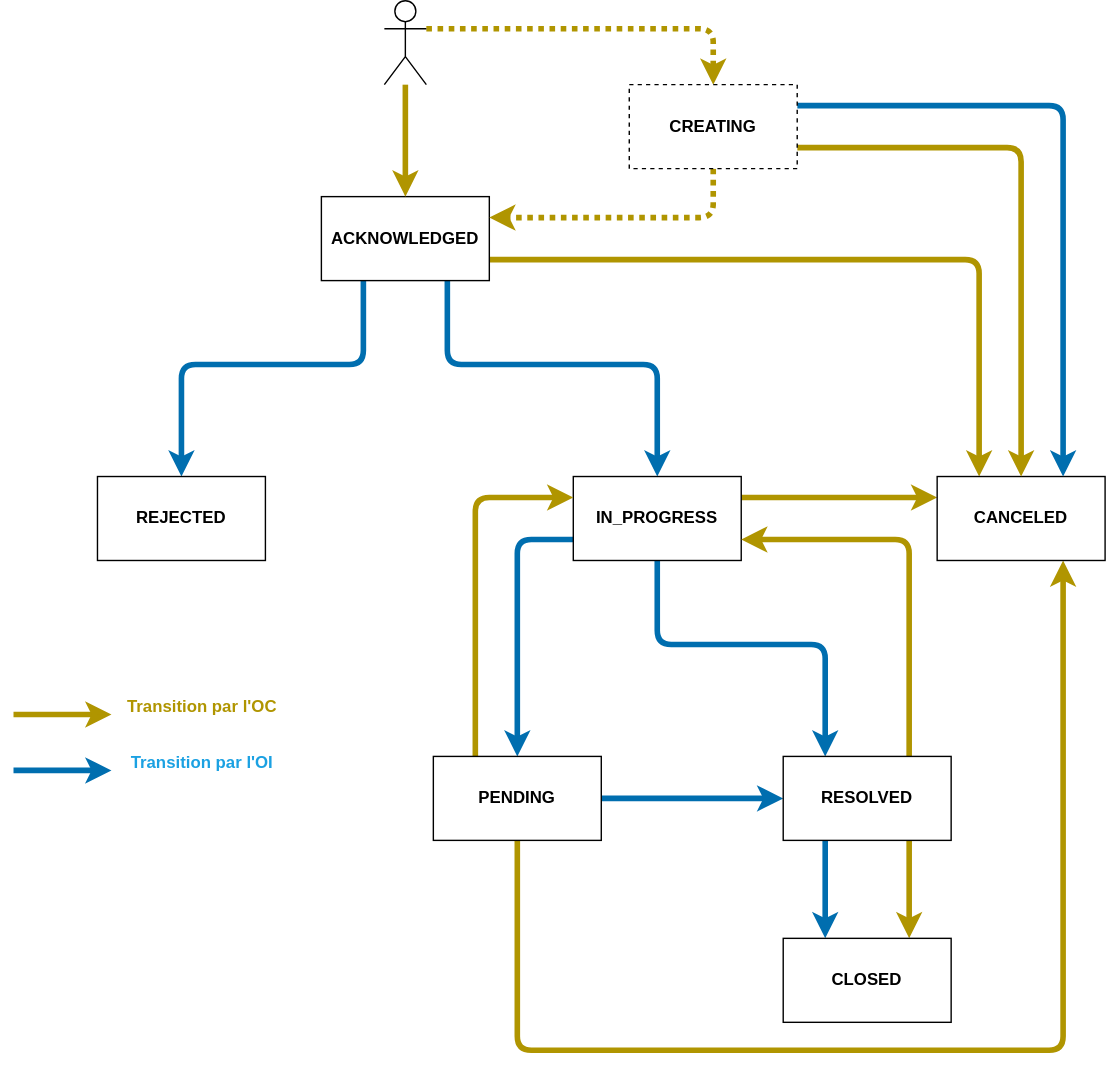
Earlier version of the draw.io export status.drawio.svg (before-interop/anomalieAdresse). Source tidied: cells renumbered, new cells last; positions are measured from the earlier drawing's top-left corner, leaving out a move shared by most shapes.
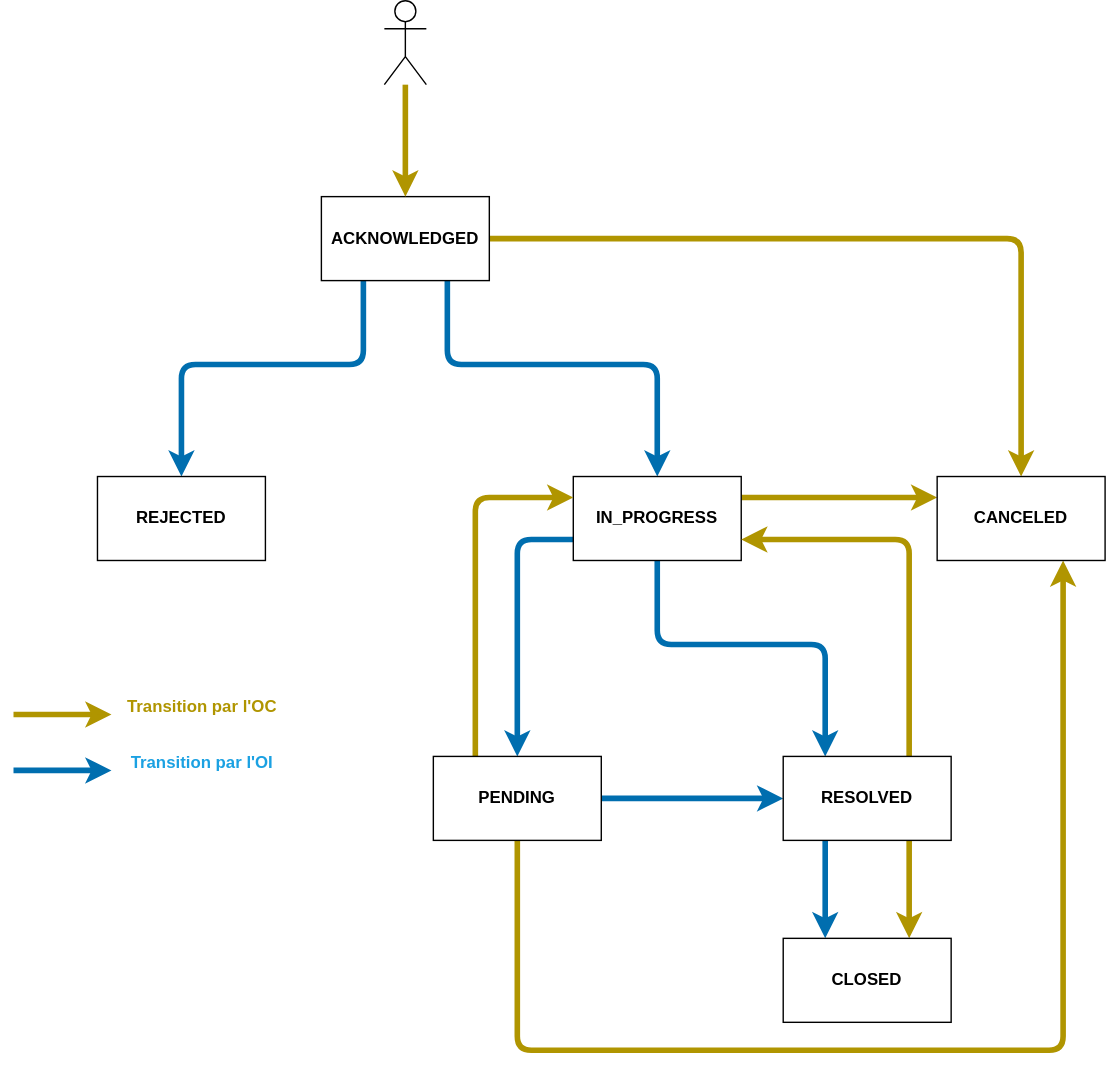
The same diagram one commit later.

Diff of the diagram source:
```diff
@@ -18,10 +18,10 @@
         </Array>
       </mxGeometry>
     </mxCell>
-    <mxCell id="4" style="edgeStyle=none;html=1;entryX=0.25;entryY=0;entryDx=0;entryDy=0;fillColor=#e3c800;strokeColor=#B09500;strokeWidth=4;exitX=1;exitY=0.75;exitDx=0;exitDy=0;" parent="1" edge="1" source="5" target="19">
+    <mxCell id="4" style="edgeStyle=none;html=1;entryX=0.5;entryY=0;entryDx=0;entryDy=0;fillColor=#e3c800;strokeColor=#B09500;strokeWidth=4;exitX=1;exitY=0.5;exitDx=0;exitDy=0;" parent="1" edge="1" source="5" target="19">
       <mxGeometry relative="1" as="geometry">
         <Array as="points">
-          <mxPoint x="690" y="185" />
+          <mxPoint x="720" y="170" />
         </Array>
       </mxGeometry>
     </mxCell>
@@ -117,39 +117,8 @@
     <mxCell id="25" style="edgeStyle=none;html=1;entryX=0.5;entryY=0;entryDx=0;entryDy=0;strokeWidth=4;fontColor=#1BA1E2;fillColor=#e3c800;strokeColor=#B09500;" parent="1" edge="1" source="27" target="5">
       <mxGeometry relative="1" as="geometry" />
     </mxCell>
-    <mxCell id="26" style="edgeStyle=none;html=1;exitX=1;exitY=0.3333333333333333;exitDx=0;exitDy=0;exitPerimeter=0;entryX=0.5;entryY=0;entryDx=0;entryDy=0;strokeWidth=4;fontColor=#1BA1E2;fillColor=#e3c800;strokeColor=#B09500;dashed=1;dashPattern=1 1;" parent="1" edge="1" source="27" target="31">
-      <mxGeometry relative="1" as="geometry">
-        <Array as="points">
-          <mxPoint x="500" y="20" />
-        </Array>
-      </mxGeometry>
-    </mxCell>
     <mxCell id="27" style="shape=umlActor;verticalLabelPosition=bottom;verticalAlign=top;html=1;outlineConnect=0;fontColor=#1BA1E2;" parent="1" vertex="1">
       <mxGeometry x="265" width="30" height="60" as="geometry" />
     </mxCell>
-    <mxCell id="28" style="edgeStyle=none;html=1;entryX=1;entryY=0.25;entryDx=0;entryDy=0;strokeWidth=4;fontColor=#1BA1E2;fillColor=#e3c800;strokeColor=#B09500;dashed=1;dashPattern=1 1;" parent="1" edge="1" source="31" target="5">
-      <mxGeometry relative="1" as="geometry">
-        <Array as="points">
-          <mxPoint x="500" y="155" />
-        </Array>
-      </mxGeometry>
-    </mxCell>
-    <mxCell id="29" style="edgeStyle=none;html=1;entryX=0.75;entryY=0;entryDx=0;entryDy=0;strokeWidth=4;fontColor=#1BA1E2;fillColor=#1ba1e2;strokeColor=#006EAF;exitX=1;exitY=0.25;exitDx=0;exitDy=0;" parent="1" edge="1" source="31" target="19">
-      <mxGeometry relative="1" as="geometry">
-        <Array as="points">
-          <mxPoint x="750" y="75" />
-        </Array>
-      </mxGeometry>
-    </mxCell>
-    <mxCell id="30" style="edgeStyle=none;html=1;exitX=1;exitY=0.75;exitDx=0;exitDy=0;entryX=0.5;entryY=0;entryDx=0;entryDy=0;fillColor=#e3c800;strokeColor=#B09500;strokeWidth=4;" parent="1" edge="1" source="31" target="19">
-      <mxGeometry relative="1" as="geometry">
-        <Array as="points">
-          <mxPoint x="720" y="105" />
-        </Array>
-      </mxGeometry>
-    </mxCell>
-    <mxCell id="31" value="&lt;b&gt;CREATING&lt;/b&gt;" style="rounded=0;whiteSpace=wrap;html=1;dashed=1;" parent="1" vertex="1">
-      <mxGeometry x="440" y="60" width="120" height="60" as="geometry" />
-    </mxCell>
   </root>
 </mxGraphModel>
```
